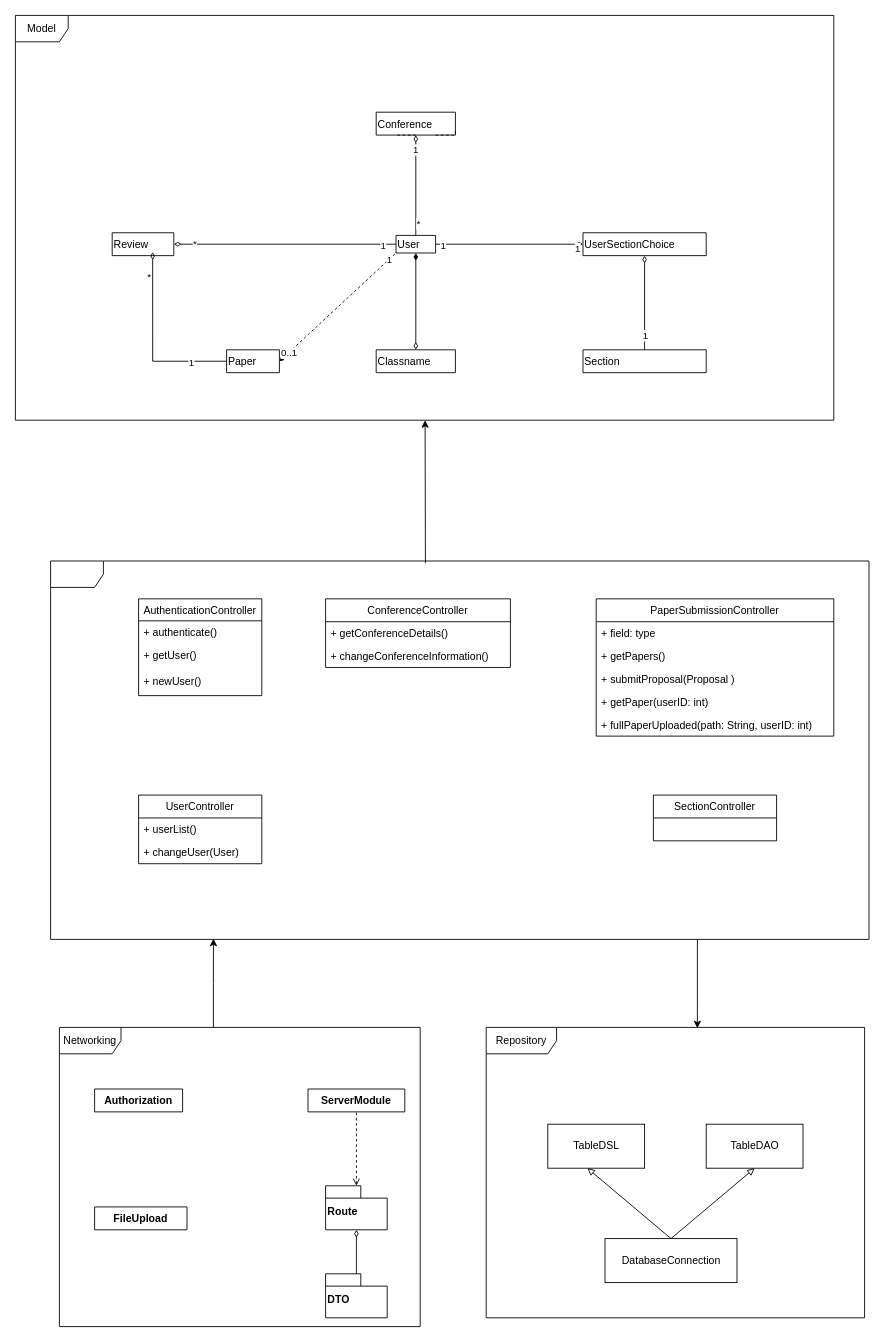
Above: documents/drawio-vpp-files/Class Diagram.drawio in horatiu-udrea/RuntimeTerror (draw.io), before the change. Source tidied: cells renumbered, new cells numbered last; positions are measured from the earlier drawing's top-left corner, leaving out a move shared by most shapes. Both pictures are drawn from the tidied source at 88%, with x=0, y=0 at pixel (15, 15).
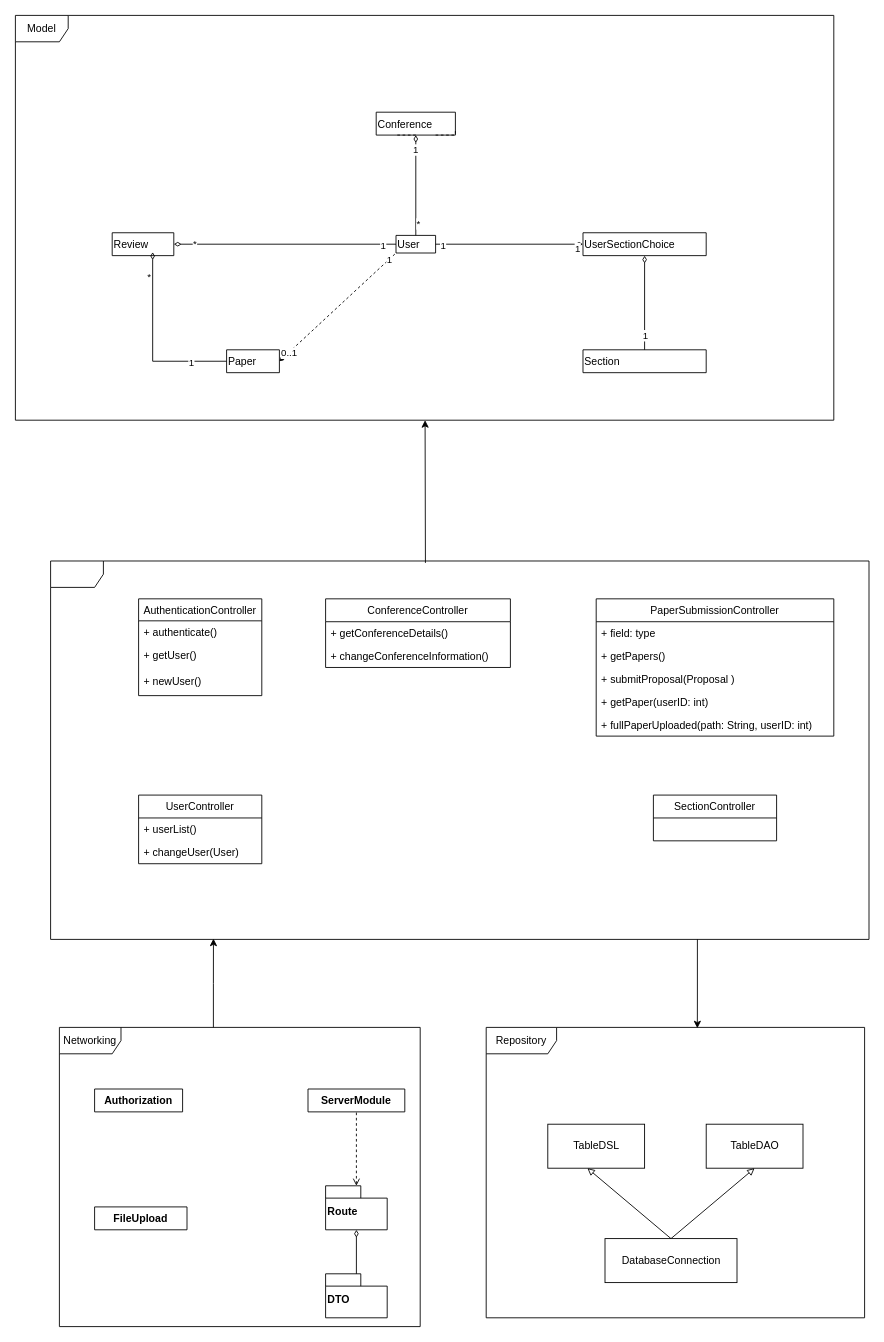
After the change.

Unchanged cells that the change refers to:
```xml
<mxCell id="18" value="User" style="swimlane;fontStyle=0;horizontal=1;startSize=26;fillColor=none;align=left;" parent="1" vertex="1" collapsed="1">
  <mxGeometry x="432.5" y="250" width="45" height="20" as="geometry" />
</mxCell>
```

What changed in the source:
```diff
@@
-    <mxCell id="6" value="Classname" style="swimlane;fontStyle=0;horizontal=1;startSize=26;fillColor=none;align=left;" parent="1" vertex="1" collapsed="1">
-      <mxGeometry x="410" y="380" width="90" height="26" as="geometry" />
-    </mxCell>
@@
-    <mxCell id="17" style="edgeStyle=orthogonalEdgeStyle;rounded=0;jettySize=auto;html=1;exitX=0.5;exitY=1;exitDx=0;exitDy=0;startArrow=diamondThin;startFill=1;endArrow=diamondThin;endFill=0;" parent="1" edge="1" source="18" target="6">
-      <mxGeometry relative="1" as="geometry" />
-    </mxCell>
```
